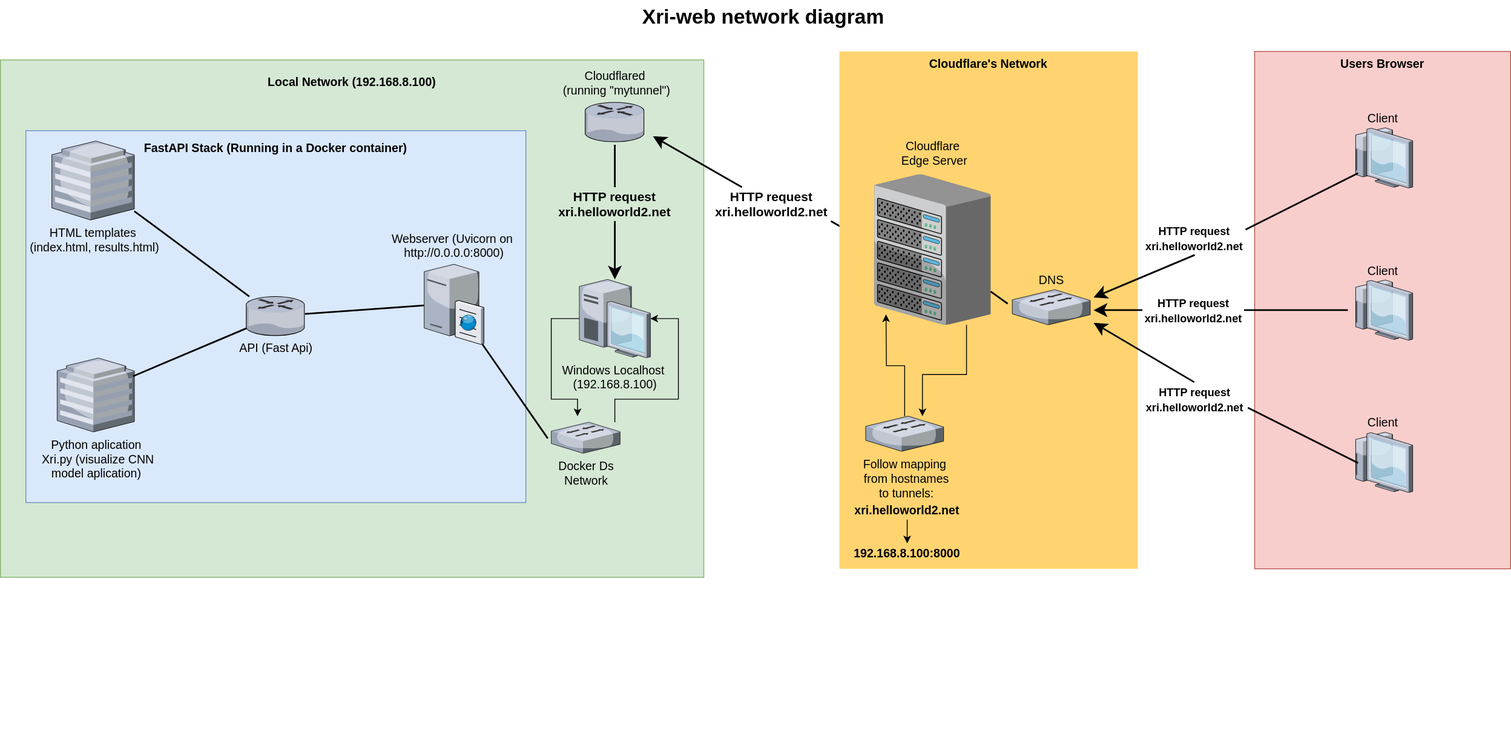
The draw.io diagram blueprint/network-diagram.drawio.svg in jmsaRuc/CITP_Portfolio_Project, before a commit. Source tidied: cells renumbered, new cells last; positions are measured from the earlier drawing's top-left corner, leaving out a move shared by most shapes.
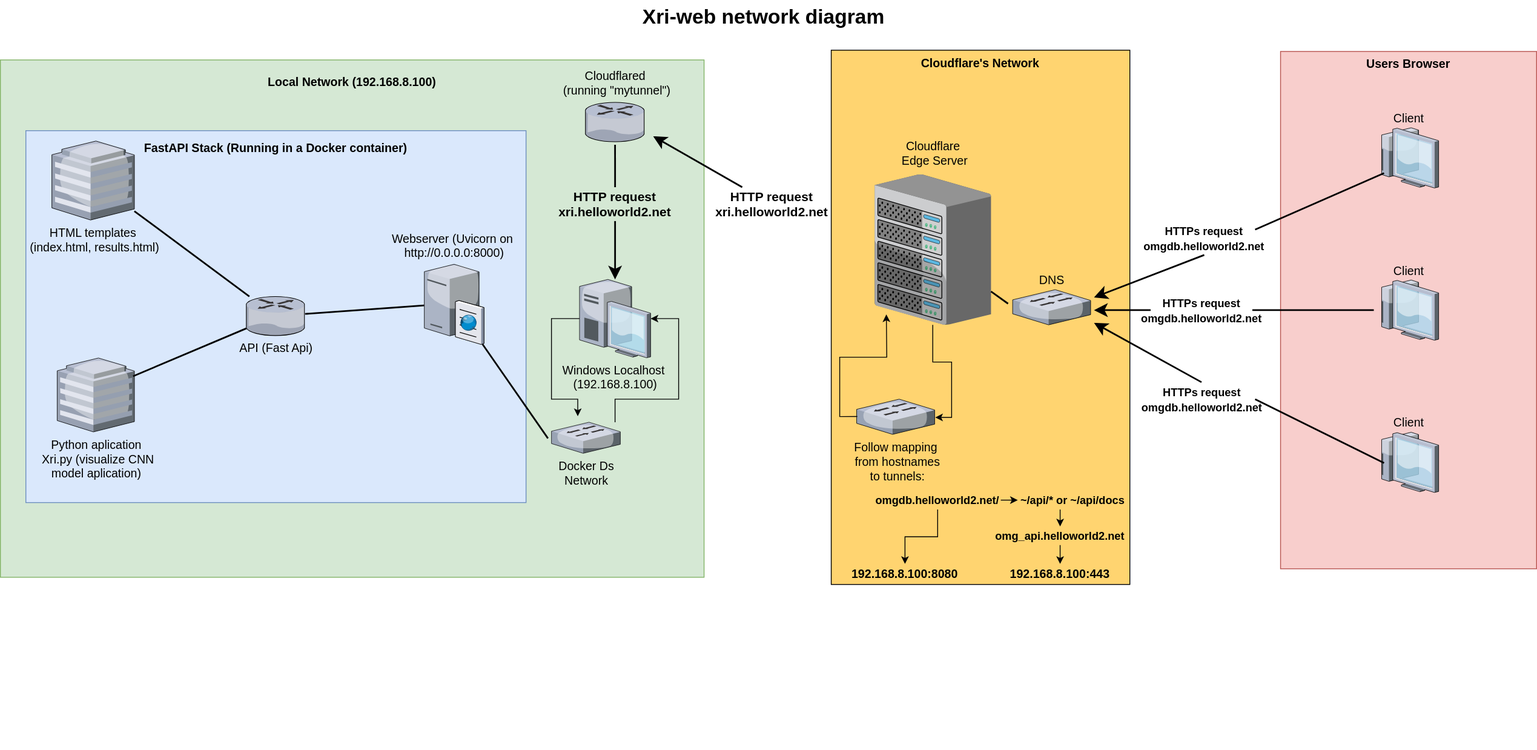
Above is the later version.

Change to the diagram source:
```diff
@@ -3,7 +3,7 @@
     <mxCell id="0" style="html=1;" />
     <mxCell id="1" style="html=1;" parent="0" />
     <mxCell id="2" style="group;" parent="1" vertex="1">
-      <mxGeometry x="1480" y="60" width="302" height="610" as="geometry" />
+      <mxGeometry x="1510" y="60" width="302" height="610" as="geometry" />
     </mxCell>
     <mxCell id="3" value="&lt;b&gt;Users Browser&lt;/b&gt;" style="whiteSpace=wrap;html=1;fillColor=#f8cecc;fontSize=14;strokeColor=#b85450;verticalAlign=top;" parent="2" vertex="1">
       <mxGeometry width="302" height="610" as="geometry" />
@@ -111,8 +111,8 @@
         <mxPoint x="770" y="160" as="targetPoint" />
       </mxGeometry>
     </mxCell>
-    <mxCell id="32" value="&lt;b&gt;Cloudflare's Network&lt;/b&gt;" style="whiteSpace=wrap;html=1;fillColor=#FFD470;gradientColor=none;fontSize=14;strokeColor=none;verticalAlign=top;" parent="1" vertex="1">
-      <mxGeometry x="990" y="60" width="352.2" height="610" as="geometry" />
+    <mxCell id="32" value="&lt;b&gt;Cloudflare's Network&lt;/b&gt;" style="whiteSpace=wrap;html=1;fillColor=#FFD470;gradientColor=none;fontSize=14;strokeColor=light-dark(#000000,#FFCE9F);verticalAlign=top;" parent="1" vertex="1">
+      <mxGeometry x="980" y="58.5" width="352.2" height="630" as="geometry" />
     </mxCell>
     <mxCell id="33" value="DNS" style="verticalLabelPosition=top;html=1;verticalAlign=bottom;strokeColor=none;shape=mxgraph.citrix.switch;fillColor=#66B2FF;gradientColor=#0066CC;fontSize=14;labelPosition=center;align=center;" parent="1" vertex="1">
       <mxGeometry x="1194" y="340.9" width="92" height="41.5" as="geometry" />
@@ -121,40 +121,31 @@
       <mxGeometry x="1031" y="204.9" width="137.5" height="177.5" as="geometry" />
     </mxCell>
     <mxCell id="35" value="Follow mapping&lt;br&gt;&amp;nbsp;from hostnames&lt;br&gt;&amp;nbsp;to tunnels:" style="verticalLabelPosition=bottom;html=1;verticalAlign=top;strokeColor=none;shape=mxgraph.citrix.switch;fillColor=#66B2FF;gradientColor=#0066CC;fontSize=14;" parent="1" vertex="1">
-      <mxGeometry x="1021" y="490" width="92" height="41.5" as="geometry" />
+      <mxGeometry x="1010" y="470" width="92" height="41.5" as="geometry" />
     </mxCell>
-    <mxCell id="36" style="edgeStyle=orthogonalEdgeStyle;rounded=0;jettySize=auto;html=1;" parent="1" edge="1" source="35">
+    <mxCell id="36" style="edgeStyle=orthogonalEdgeStyle;rounded=0;jettySize=auto;html=1;exitX=0.008;exitY=0.493;exitDx=0;exitDy=0;exitPerimeter=0;" parent="1" edge="1" source="35">
       <mxGeometry relative="1" as="geometry">
         <mxPoint x="1045" y="370" as="targetPoint" />
       </mxGeometry>
     </mxCell>
-    <mxCell id="37" style="edgeStyle=orthogonalEdgeStyle;rounded=0;jettySize=auto;html=1;" parent="1" edge="1" source="34">
-      <mxGeometry relative="1" as="geometry">
-        <mxPoint x="1088" y="490" as="targetPoint" />
-        <Array as="points">
-          <mxPoint x="1140" y="441" />
-          <mxPoint x="1088" y="441" />
-        </Array>
-      </mxGeometry>
-    </mxCell>
     <mxCell id="38" style="edgeStyle=none;rounded=0;html=1;startSize=10;endSize=10;jettySize=auto;fontSize=14;endArrow=none;endFill=0;strokeWidth=2;entryX=-0.059;entryY=0.398;entryDx=0;entryDy=0;entryPerimeter=0;" parent="1" edge="1" source="34" target="33">
       <mxGeometry relative="1" as="geometry" />
     </mxCell>
-    <mxCell id="39" value="&lt;span style=&quot;font-size: 14px; background-color: initial;&quot;&gt;&lt;b&gt;192.168.8.100:8000&lt;/b&gt;&lt;/span&gt;&lt;span style=&quot;font-size: 14px;&quot;&gt;&lt;b&gt;&lt;br&gt;&lt;/b&gt;&lt;/span&gt;" style="text;html=1;strokeColor=none;fillColor=none;align=center;verticalAlign=middle;whiteSpace=wrap;rounded=0;" parent="1" vertex="1">
-      <mxGeometry x="1005" y="640" width="130" height="24.2" as="geometry" />
+    <mxCell id="39" value="&lt;span style=&quot;font-size: 14px; background-color: initial;&quot;&gt;&lt;b&gt;192.168.8.100:8080&lt;/b&gt;&lt;/span&gt;&lt;span style=&quot;font-size: 14px;&quot;&gt;&lt;b&gt;&lt;br&gt;&lt;/b&gt;&lt;/span&gt;" style="text;html=1;strokeColor=none;fillColor=none;align=center;verticalAlign=middle;whiteSpace=wrap;rounded=0;" parent="1" vertex="1">
+      <mxGeometry x="1002" y="664.2" width="130" height="24.2" as="geometry" />
     </mxCell>
     <mxCell id="40" style="edgeStyle=orthogonalEdgeStyle;rounded=0;jettySize=auto;html=1;entryX=0.5;entryY=0;entryDx=0;entryDy=0;" parent="1" edge="1" source="41" target="39">
       <mxGeometry relative="1" as="geometry" />
     </mxCell>
-    <mxCell id="41" value="&lt;span style=&quot;font-size: 14px;&quot;&gt;&lt;b&gt;xri.helloworld2.net&lt;/b&gt;&lt;/span&gt;" style="text;html=1;strokeColor=none;fillColor=none;align=center;verticalAlign=middle;whiteSpace=wrap;rounded=0;" parent="1" vertex="1">
-      <mxGeometry x="1000" y="590" width="140" height="22.1" as="geometry" />
+    <mxCell id="41" value="&lt;span style=&quot;font-size: 13px; font-weight: 700;&quot;&gt;omgdb.helloworld2.net/&lt;/span&gt;" style="text;html=1;strokeColor=none;fillColor=none;align=center;verticalAlign=middle;whiteSpace=wrap;rounded=0;" parent="1" vertex="1">
+      <mxGeometry x="1031" y="578" width="149" height="22.1" as="geometry" />
     </mxCell>
     <mxCell id="42" style="edgeStyle=none;rounded=0;html=1;startSize=10;endSize=10;jettySize=auto;fontSize=14;endArrow=classic;endFill=1;strokeWidth=2;exitX=0.5;exitY=1;exitDx=0;exitDy=0;" parent="1" edge="1" source="48">
       <mxGeometry relative="1" as="geometry">
         <mxPoint x="1290" y="350" as="targetPoint" />
       </mxGeometry>
     </mxCell>
-    <mxCell id="43" style="edgeStyle=none;rounded=0;html=1;startSize=10;endSize=10;jettySize=auto;fontSize=14;endArrow=none;endFill=0;strokeWidth=2;entryX=0.093;entryY=0.511;entryDx=0;entryDy=0;entryPerimeter=0;exitX=1;exitY=0.75;exitDx=0;exitDy=0;" parent="1" edge="1" source="46" target="4">
+    <mxCell id="43" style="edgeStyle=none;rounded=0;html=1;startSize=10;endSize=10;jettySize=auto;fontSize=14;endArrow=none;endFill=0;strokeWidth=2;entryX=0.093;entryY=0.511;entryDx=0;entryDy=0;entryPerimeter=0;exitX=1;exitY=0.5;exitDx=0;exitDy=0;" parent="1" edge="1" source="46" target="4">
       <mxGeometry relative="1" as="geometry" />
     </mxCell>
     <mxCell id="44" style="edgeStyle=none;rounded=0;html=1;startSize=10;endSize=10;jettySize=auto;fontSize=14;endArrow=classic;endFill=1;strokeWidth=2;exitX=0;exitY=0.5;exitDx=0;exitDy=0;entryX=1.043;entryY=0.581;entryDx=0;entryDy=0;entryPerimeter=0;" parent="1" edge="1" source="47" target="33">
@@ -165,17 +156,43 @@
         <mxPoint x="1290" y="380" as="targetPoint" />
       </mxGeometry>
     </mxCell>
-    <mxCell id="46" value="&lt;font style=&quot;font-size: 13px;&quot;&gt;HTTP request&lt;br&gt;xri.helloworld2.net&lt;/font&gt;" style="text;html=1;strokeColor=none;fillColor=none;align=center;verticalAlign=middle;whiteSpace=wrap;rounded=0;fontStyle=1;fontSize=15;" parent="1" vertex="1">
-      <mxGeometry x="1345.5" y="450" width="126.5" height="40" as="geometry" />
+    <mxCell id="46" value="&lt;span style=&quot;font-size: 13px;&quot;&gt;HTTPs request&lt;/span&gt;&lt;br style=&quot;font-size: 13px;&quot;&gt;&lt;span style=&quot;font-size: 13px;&quot;&gt;omgdb.helloworld2.net&lt;/span&gt;" style="text;html=1;strokeColor=none;fillColor=none;align=center;verticalAlign=middle;whiteSpace=wrap;rounded=0;fontStyle=1;fontSize=15;" parent="1" vertex="1">
+      <mxGeometry x="1353.5" y="450" width="126.5" height="40" as="geometry" />
     </mxCell>
-    <mxCell id="47" value="&lt;font style=&quot;font-size: 13px;&quot;&gt;HTTP request&lt;br&gt;xri.helloworld2.net&lt;/font&gt;" style="text;html=1;strokeColor=none;fillColor=none;align=center;verticalAlign=middle;whiteSpace=wrap;rounded=0;fontStyle=1;fontSize=15;" parent="1" vertex="1">
-      <mxGeometry x="1347.5" y="345" width="120" height="40" as="geometry" />
+    <mxCell id="47" value="&lt;span style=&quot;font-size: 13px;&quot;&gt;HTTPs request&lt;/span&gt;&lt;br style=&quot;font-size: 13px;&quot;&gt;&lt;span style=&quot;font-size: 13px;&quot;&gt;omgdb.helloworld2.net&lt;/span&gt;" style="text;html=1;strokeColor=none;fillColor=none;align=center;verticalAlign=middle;whiteSpace=wrap;rounded=0;fontStyle=1;fontSize=15;" parent="1" vertex="1">
+      <mxGeometry x="1356.8" y="345" width="120" height="40" as="geometry" />
     </mxCell>
-    <mxCell id="48" value="&lt;font style=&quot;font-size: 13px;&quot;&gt;HTTP request&lt;br&gt;xri.helloworld2.net&lt;/font&gt;" style="text;html=1;strokeColor=none;fillColor=none;align=center;verticalAlign=middle;whiteSpace=wrap;rounded=0;fontStyle=1;fontSize=15;" parent="1" vertex="1">
-      <mxGeometry x="1349.2" y="260" width="120" height="40" as="geometry" />
+    <mxCell id="48" value="&lt;font style=&quot;font-size: 13px;&quot;&gt;HTTPs request&lt;br&gt;omgdb.helloworld2.net&lt;/font&gt;" style="text;html=1;strokeColor=none;fillColor=none;align=center;verticalAlign=middle;whiteSpace=wrap;rounded=0;fontStyle=1;fontSize=15;" parent="1" vertex="1">
+      <mxGeometry x="1360" y="260" width="120" height="40" as="geometry" />
     </mxCell>
     <mxCell id="49" style="edgeStyle=none;rounded=0;html=1;startSize=10;endSize=10;jettySize=auto;fontSize=14;endArrow=none;endFill=0;strokeWidth=2;entryX=0.093;entryY=0.753;entryDx=0;entryDy=0;entryPerimeter=0;exitX=1;exitY=0.25;exitDx=0;exitDy=0;" parent="1" edge="1" source="48" target="6">
       <mxGeometry relative="1" as="geometry" />
     </mxCell>
+    <mxCell id="50" value="&lt;span style=&quot;font-size: 14px; background-color: initial;&quot;&gt;&lt;b&gt;192.168.8.100:443&lt;/b&gt;&lt;/span&gt;&lt;span style=&quot;font-size: 14px;&quot;&gt;&lt;b&gt;&lt;br&gt;&lt;/b&gt;&lt;/span&gt;" style="text;html=1;strokeColor=none;fillColor=none;align=center;verticalAlign=middle;whiteSpace=wrap;rounded=0;" parent="1" vertex="1">
+      <mxGeometry x="1185" y="664.2" width="130" height="24.2" as="geometry" />
+    </mxCell>
+    <mxCell id="51" style="edgeStyle=orthogonalEdgeStyle;rounded=0;jettySize=auto;html=1;entryX=0.5;entryY=0;entryDx=0;entryDy=0;" parent="1" edge="1" source="52" target="50">
+      <mxGeometry relative="1" as="geometry" />
+    </mxCell>
+    <mxCell id="52" value="&lt;span style=&quot;font-size: 13px;&quot;&gt;&lt;b&gt;omg_api.helloworld2.net&lt;/b&gt;&lt;/span&gt;" style="text;html=1;strokeColor=none;fillColor=none;align=center;verticalAlign=middle;whiteSpace=wrap;rounded=0;" parent="1" vertex="1">
+      <mxGeometry x="1165" y="620" width="170" height="22.1" as="geometry" />
+    </mxCell>
+    <mxCell id="53" style="edgeStyle=orthogonalEdgeStyle;rounded=0;jettySize=auto;html=1;entryX=1;entryY=0.5;entryDx=0;entryDy=0;startArrow=classic;startFill=1;endArrow=none;endFill=0;" parent="1" edge="1" source="55" target="41">
+      <mxGeometry relative="1" as="geometry" />
+    </mxCell>
+    <mxCell id="54" style="edgeStyle=orthogonalEdgeStyle;rounded=0;jettySize=auto;html=1;entryX=0.5;entryY=0;entryDx=0;entryDy=0;" parent="1" edge="1" source="55" target="52">
+      <mxGeometry relative="1" as="geometry">
+        <Array as="points">
+          <mxPoint x="1250" y="610" />
+          <mxPoint x="1250" y="610" />
+        </Array>
+      </mxGeometry>
+    </mxCell>
+    <mxCell id="55" value="&lt;span style=&quot;font-size: 13px;&quot;&gt;&lt;b&gt;~/api/* or ~/api/docs&lt;/b&gt;&lt;/span&gt;" style="text;html=1;strokeColor=none;fillColor=none;align=center;verticalAlign=middle;whiteSpace=wrap;rounded=0;" parent="1" vertex="1">
+      <mxGeometry x="1200" y="578" width="130" height="22.1" as="geometry" />
+    </mxCell>
+    <mxCell id="56" style="edgeStyle=orthogonalEdgeStyle;rounded=0;jettySize=auto;html=1;entryX=1.007;entryY=0.519;entryDx=0;entryDy=0;entryPerimeter=0;" parent="1" edge="1" source="34" target="35">
+      <mxGeometry relative="1" as="geometry" />
+    </mxCell>
   </root>
 </mxGraphModel>
```
